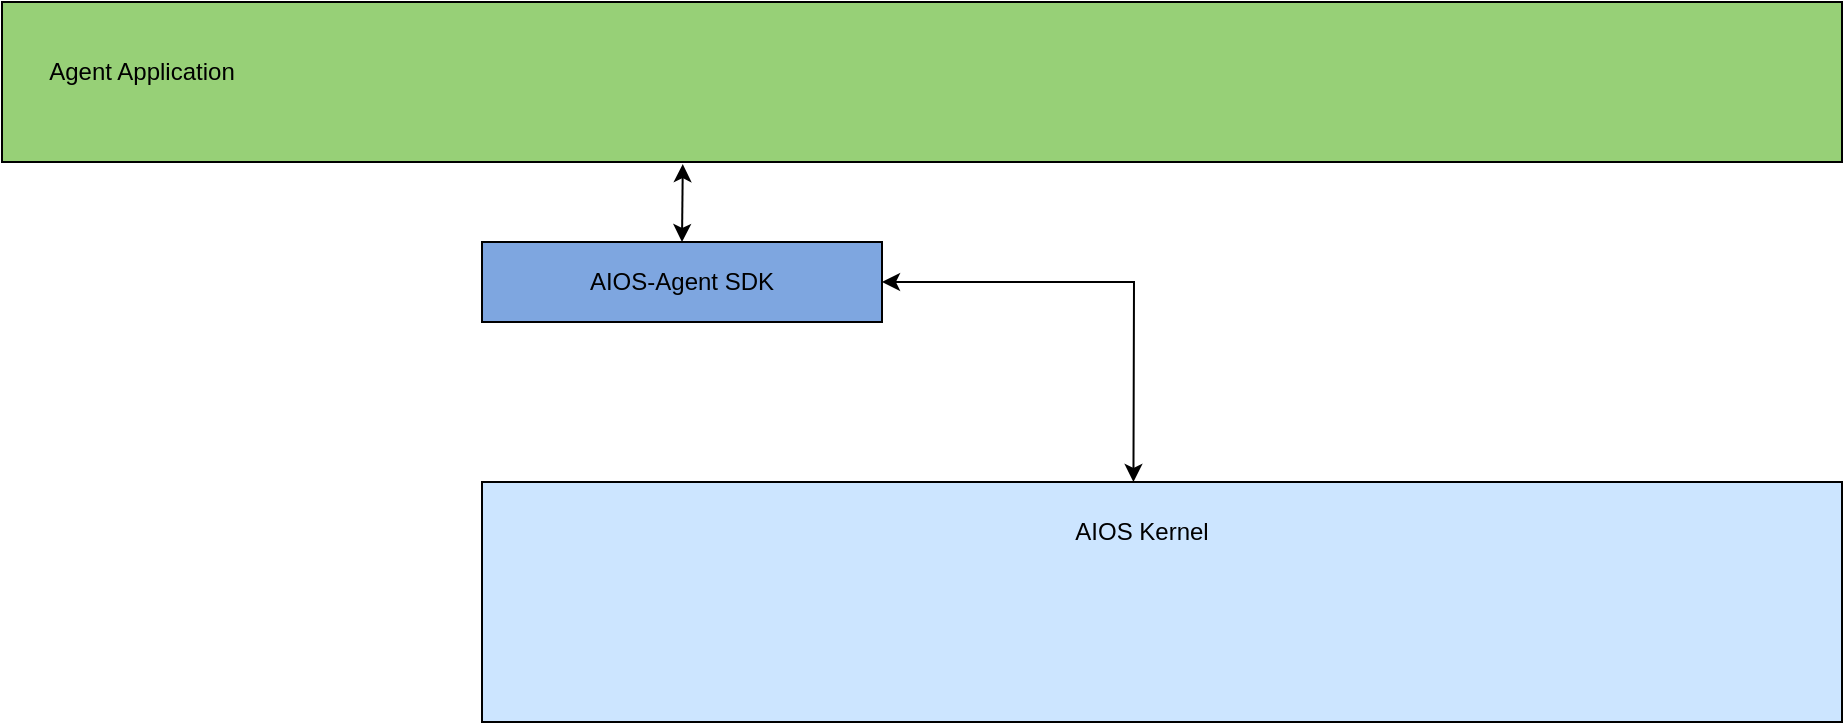
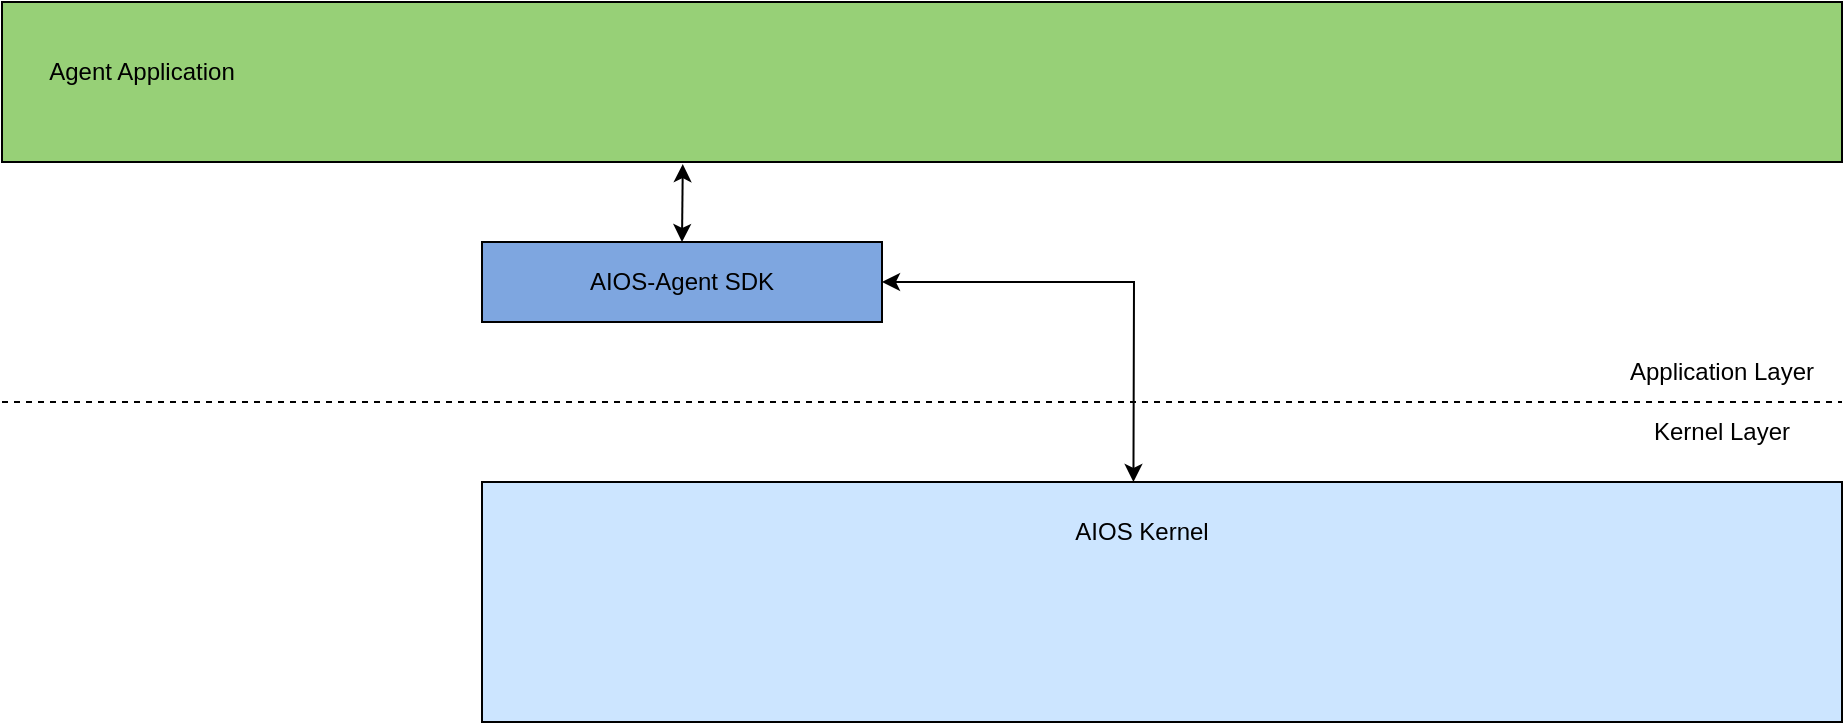
<mxfile host="Electron" agent="Mozilla/5.0 (Windows NT 10.0; Win64; x64) AppleWebKit/537.36 (KHTML, like Gecko) draw.io/28.2.5 Chrome/138.0.7204.251 Electron/37.6.1 Safari/537.36" version="28.2.5" pages="2">
  <diagram name="agent-operating-system-architecture" id="TGhAxTzHzWT_e_Xr8gDx">
    <mxGraphModel dx="1938" dy="537" grid="1" gridSize="10" guides="1" tooltips="1" connect="1" arrows="1" fold="1" page="1" pageScale="1" pageWidth="827" pageHeight="1169" math="0" shadow="0">
      <root>
        <mxCell id="0" />
        <mxCell id="1" parent="0" />
        <mxCell id="m2nfT0A1Rj032AIpC_Df-1" value="" style="rounded=0;whiteSpace=wrap;html=1;fillColor=#CCE5FF;" parent="1" vertex="1">
          <mxGeometry x="120" y="320" width="680" height="120" as="geometry" />
        </mxCell>
        <mxCell id="m2nfT0A1Rj032AIpC_Df-2" value="AIOS Kernel" style="text;html=1;align=center;verticalAlign=middle;whiteSpace=wrap;rounded=0;" parent="1" vertex="1">
          <mxGeometry x="360" y="330" width="180" height="30" as="geometry" />
        </mxCell>
-         <mxCell id="V0SBs6cQEt-GwS6L1xgn-1" value="" style="rounded=0;whiteSpace=wrap;html=1;fillColor=#97D077;" vertex="1" parent="1">
+         <mxCell id="V0SBs6cQEt-GwS6L1xgn-1" value="" style="rounded=0;whiteSpace=wrap;html=1;fillColor=#97D077;" parent="1" vertex="1">
          <mxGeometry x="-120" y="80" width="920" height="80" as="geometry" />
        </mxCell>
-         <mxCell id="V0SBs6cQEt-GwS6L1xgn-2" value="Agent Application" style="text;html=1;align=center;verticalAlign=middle;whiteSpace=wrap;rounded=0;" vertex="1" parent="1">
+         <mxCell id="V0SBs6cQEt-GwS6L1xgn-2" value="Agent Application" style="text;html=1;align=center;verticalAlign=middle;whiteSpace=wrap;rounded=0;" parent="1" vertex="1">
          <mxGeometry x="-120" y="100" width="140" height="30" as="geometry" />
        </mxCell>
-         <mxCell id="V0SBs6cQEt-GwS6L1xgn-3" value="AIOS-Agent SDK" style="rounded=0;whiteSpace=wrap;html=1;fillColor=#7EA6E0;" vertex="1" parent="1">
+         <mxCell id="V0SBs6cQEt-GwS6L1xgn-3" value="AIOS-Agent SDK" style="rounded=0;whiteSpace=wrap;html=1;fillColor=#7EA6E0;" parent="1" vertex="1">
          <mxGeometry x="120" y="200" width="200" height="40" as="geometry" />
        </mxCell>
-         <mxCell id="V0SBs6cQEt-GwS6L1xgn-4" value="" style="endArrow=classic;startArrow=classic;html=1;rounded=0;entryX=1;entryY=0.5;entryDx=0;entryDy=0;exitX=0.479;exitY=0;exitDx=0;exitDy=0;exitPerimeter=0;" edge="1" parent="1" source="m2nfT0A1Rj032AIpC_Df-1" target="V0SBs6cQEt-GwS6L1xgn-3">
+         <mxCell id="V0SBs6cQEt-GwS6L1xgn-4" value="" style="endArrow=classic;startArrow=classic;html=1;rounded=0;entryX=1;entryY=0.5;entryDx=0;entryDy=0;exitX=0.479;exitY=0;exitDx=0;exitDy=0;exitPerimeter=0;" parent="1" source="m2nfT0A1Rj032AIpC_Df-1" target="V0SBs6cQEt-GwS6L1xgn-3" edge="1">
          <mxGeometry width="50" height="50" relative="1" as="geometry">
            <mxPoint x="390" y="390" as="sourcePoint" />
            <mxPoint x="440" y="340" as="targetPoint" />
            <Array as="points">
              <mxPoint x="446" y="220" />
            </Array>
          </mxGeometry>
        </mxCell>
-         <mxCell id="V0SBs6cQEt-GwS6L1xgn-5" value="" style="endArrow=classic;startArrow=classic;html=1;rounded=0;entryX=0.5;entryY=0;entryDx=0;entryDy=0;exitX=0.37;exitY=1.013;exitDx=0;exitDy=0;exitPerimeter=0;" edge="1" parent="1" source="V0SBs6cQEt-GwS6L1xgn-1" target="V0SBs6cQEt-GwS6L1xgn-3">
+         <mxCell id="V0SBs6cQEt-GwS6L1xgn-5" value="" style="endArrow=classic;startArrow=classic;html=1;rounded=0;entryX=0.5;entryY=0;entryDx=0;entryDy=0;exitX=0.37;exitY=1.013;exitDx=0;exitDy=0;exitPerimeter=0;" parent="1" source="V0SBs6cQEt-GwS6L1xgn-1" target="V0SBs6cQEt-GwS6L1xgn-3" edge="1">
          <mxGeometry width="50" height="50" relative="1" as="geometry">
            <mxPoint x="390" y="390" as="sourcePoint" />
            <mxPoint x="440" y="340" as="targetPoint" />
          </mxGeometry>
+         </mxCell>
+         <mxCell id="61v42cwoPkTuJHCH-TrL-1" value="" style="endArrow=none;dashed=1;html=1;rounded=0;" edge="1" parent="1">
+           <mxGeometry width="50" height="50" relative="1" as="geometry">
+             <mxPoint x="-120" y="280" as="sourcePoint" />
+             <mxPoint x="800" y="280" as="targetPoint" />
+           </mxGeometry>
+         </mxCell>
+         <mxCell id="61v42cwoPkTuJHCH-TrL-2" value="Application Layer" style="text;html=1;align=center;verticalAlign=middle;whiteSpace=wrap;rounded=0;" vertex="1" parent="1">
+           <mxGeometry x="680" y="250" width="120" height="30" as="geometry" />
+         </mxCell>
+         <mxCell id="61v42cwoPkTuJHCH-TrL-3" value="Kernel Layer" style="text;html=1;align=center;verticalAlign=middle;whiteSpace=wrap;rounded=0;" vertex="1" parent="1">
+           <mxGeometry x="680" y="280" width="120" height="30" as="geometry" />
        </mxCell>
      </root>
    </mxGraphModel>
  </diagram>
  <diagram id="dRv7HGtZ8VmF3pqcFBqd" name="orchestrator-agent">
    <mxGraphModel dx="1111" dy="537" grid="1" gridSize="10" guides="1" tooltips="1" connect="1" arrows="1" fold="1" page="1" pageScale="1" pageWidth="827" pageHeight="1169" math="0" shadow="0">
      <root>
        <mxCell id="0" />
        <mxCell id="1" parent="0" />
        <mxCell id="me04-mCAA0OhA8XtyCMp-6" style="edgeStyle=orthogonalEdgeStyle;rounded=0;orthogonalLoop=1;jettySize=auto;html=1;exitX=1;exitY=0.5;exitDx=0;exitDy=0;" parent="1" source="me04-mCAA0OhA8XtyCMp-1" target="me04-mCAA0OhA8XtyCMp-5" edge="1">
          <mxGeometry relative="1" as="geometry" />
        </mxCell>
        <mxCell id="3X4N3Fm1qpWK9BS_qkfX-5" style="edgeStyle=orthogonalEdgeStyle;rounded=0;orthogonalLoop=1;jettySize=auto;html=1;exitX=0.5;exitY=1;exitDx=0;exitDy=0;entryX=0;entryY=0.5;entryDx=0;entryDy=0;" parent="1" source="me04-mCAA0OhA8XtyCMp-1" target="3X4N3Fm1qpWK9BS_qkfX-1" edge="1">
          <mxGeometry relative="1" as="geometry" />
        </mxCell>
        <mxCell id="jEmAfeL00mTtEKR1I6ZG-2" style="edgeStyle=orthogonalEdgeStyle;rounded=0;orthogonalLoop=1;jettySize=auto;html=1;exitX=0.5;exitY=0;exitDx=0;exitDy=0;entryX=0.5;entryY=0;entryDx=0;entryDy=0;" edge="1" parent="1" source="me04-mCAA0OhA8XtyCMp-1" target="jEmAfeL00mTtEKR1I6ZG-1">
          <mxGeometry relative="1" as="geometry">
            <Array as="points">
              <mxPoint x="410" y="200" />
              <mxPoint x="950" y="200" />
            </Array>
          </mxGeometry>
        </mxCell>
        <mxCell id="me04-mCAA0OhA8XtyCMp-1" value="Orchestrator Agent" style="rounded=1;whiteSpace=wrap;html=1;" parent="1" vertex="1">
          <mxGeometry x="350" y="250" width="120" height="60" as="geometry" />
        </mxCell>
        <mxCell id="me04-mCAA0OhA8XtyCMp-4" style="edgeStyle=orthogonalEdgeStyle;rounded=0;orthogonalLoop=1;jettySize=auto;html=1;entryX=0;entryY=0.5;entryDx=0;entryDy=0;" parent="1" source="me04-mCAA0OhA8XtyCMp-3" target="me04-mCAA0OhA8XtyCMp-1" edge="1">
          <mxGeometry relative="1" as="geometry" />
        </mxCell>
        <mxCell id="me04-mCAA0OhA8XtyCMp-3" value="" style="ellipse;fillColor=strokeColor;html=1;" parent="1" vertex="1">
          <mxGeometry x="230" y="265" width="30" height="30" as="geometry" />
        </mxCell>
        <mxCell id="me04-mCAA0OhA8XtyCMp-5" value="Specialized Agents Registry" style="rounded=1;whiteSpace=wrap;html=1;" parent="1" vertex="1">
          <mxGeometry x="600" y="250" width="120" height="60" as="geometry" />
        </mxCell>
        <mxCell id="jEmAfeL00mTtEKR1I6ZG-3" style="edgeStyle=orthogonalEdgeStyle;rounded=0;orthogonalLoop=1;jettySize=auto;html=1;exitX=1;exitY=0.5;exitDx=0;exitDy=0;entryX=0.5;entryY=1;entryDx=0;entryDy=0;" edge="1" parent="1" source="3X4N3Fm1qpWK9BS_qkfX-1" target="jEmAfeL00mTtEKR1I6ZG-1">
          <mxGeometry relative="1" as="geometry" />
        </mxCell>
        <mxCell id="3X4N3Fm1qpWK9BS_qkfX-1" value="Agents Pool" style="swimlane;html=1;startSize=20;fontStyle=0;collapsible=0;horizontal=1;swimlaneLine=1;strokeWidth=2;swimlaneFillColor=#ffffff;whiteSpace=wrap;" parent="1" vertex="1">
          <mxGeometry x="480" y="360" width="360" height="100" as="geometry" />
        </mxCell>
        <mxCell id="3X4N3Fm1qpWK9BS_qkfX-2" value="Specialized&lt;br&gt;Agent 1" style="rounded=1;whiteSpace=wrap;html=1;" parent="3X4N3Fm1qpWK9BS_qkfX-1" vertex="1">
          <mxGeometry x="40" y="30" width="120" height="60" as="geometry" />
        </mxCell>
        <mxCell id="3X4N3Fm1qpWK9BS_qkfX-4" value="Specialized&lt;br&gt;Agent N" style="rounded=1;whiteSpace=wrap;html=1;" parent="3X4N3Fm1qpWK9BS_qkfX-1" vertex="1">
          <mxGeometry x="200" y="30" width="120" height="60" as="geometry" />
        </mxCell>
        <mxCell id="jEmAfeL00mTtEKR1I6ZG-1" value="Memory" style="rounded=1;whiteSpace=wrap;html=1;" vertex="1" parent="1">
          <mxGeometry x="890" y="300" width="120" height="60" as="geometry" />
        </mxCell>
      </root>
    </mxGraphModel>
  </diagram>
</mxfile>
